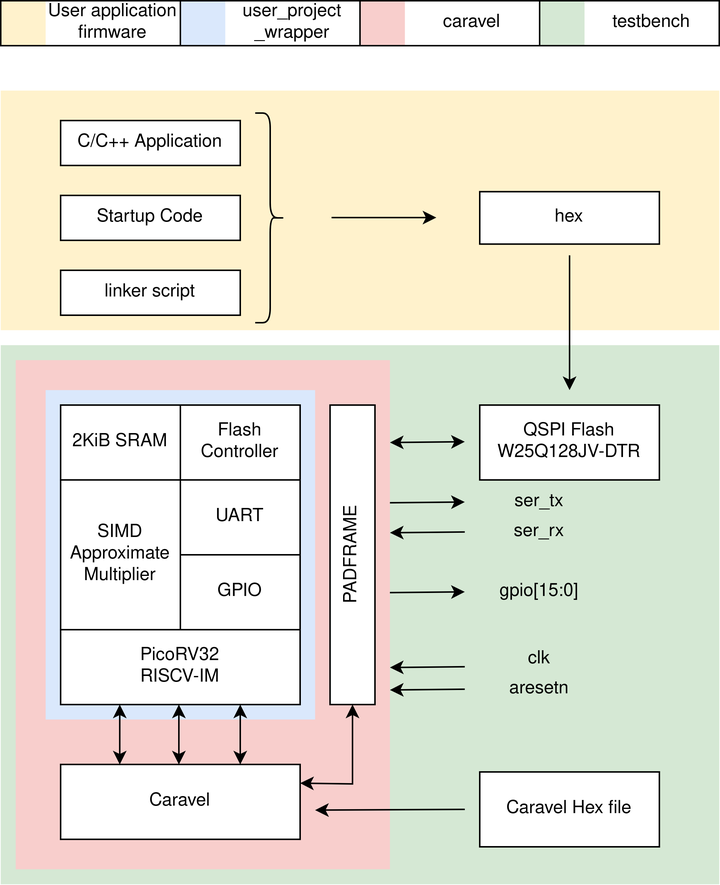
This is .figs/soc-simulation-w-caravel.png from LukeVassallo/picosoc-w-approximation, a draw.io export, as it was before one commit. Source tidied: cells renumbered, new cells last; positions are measured from the earlier drawing's top-left corner, leaving out a move shared by most shapes. Source of this version:
```xml
<mxGraphModel>
  <root>
    <mxCell id="0" />
    <mxCell id="1" parent="0" />
    <mxCell id="2" style="rounded=0;whiteSpace=wrap;html=1;fillColor=#dae8fc;strokeColor=none;" parent="1" vertex="1">
      <mxGeometry x="120" width="30" height="30" as="geometry" />
    </mxCell>
    <mxCell id="3" style="rounded=0;whiteSpace=wrap;html=1;fillColor=#f8cecc;strokeColor=none;" parent="1" vertex="1">
      <mxGeometry x="240" width="30" height="30" as="geometry" />
    </mxCell>
    <mxCell id="4" style="rounded=0;whiteSpace=wrap;html=1;fillColor=#d5e8d4;strokeColor=none;" parent="1" vertex="1">
      <mxGeometry x="360" width="30" height="30" as="geometry" />
    </mxCell>
    <mxCell id="5" style="rounded=0;whiteSpace=wrap;html=1;strokeColor=none;fillColor=#d5e8d4;" parent="1" vertex="1">
      <mxGeometry y="230" width="480" height="360" as="geometry" />
    </mxCell>
    <mxCell id="6" style="rounded=0;whiteSpace=wrap;html=1;strokeColor=none;fillColor=#f8cecc;" parent="1" vertex="1">
      <mxGeometry x="10" y="240" width="250" height="340" as="geometry" />
    </mxCell>
    <mxCell id="7" style="rounded=0;whiteSpace=wrap;html=1;strokeColor=none;fillColor=#dae8fc;" parent="1" vertex="1">
      <mxGeometry x="30" y="260" width="180" height="220" as="geometry" />
    </mxCell>
    <mxCell id="8" style="rounded=0;whiteSpace=wrap;html=1;strokeColor=none;fillColor=#fff2cc;" parent="1" vertex="1">
      <mxGeometry y="60" width="480" height="160" as="geometry" />
    </mxCell>
    <mxCell id="9" value="QSPI Flash &lt;br&gt;W25Q128JV-DTR" style="rounded=0;whiteSpace=wrap;html=1;" parent="1" vertex="1">
      <mxGeometry x="320" y="270" width="120" height="50" as="geometry" />
    </mxCell>
    <mxCell id="10" value="C/C++ Application" style="rounded=0;whiteSpace=wrap;html=1;" parent="1" vertex="1">
      <mxGeometry x="40" y="80" width="120" height="30" as="geometry" />
    </mxCell>
    <mxCell id="11" value="Startup Code " style="rounded=0;whiteSpace=wrap;html=1;" parent="1" vertex="1">
      <mxGeometry x="40" y="130" width="120" height="30" as="geometry" />
    </mxCell>
    <mxCell id="12" value="linker script" style="rounded=0;whiteSpace=wrap;html=1;" parent="1" vertex="1">
      <mxGeometry x="40" y="180" width="120" height="30" as="geometry" />
    </mxCell>
    <mxCell id="13" value="hex " style="rounded=0;whiteSpace=wrap;html=1;" parent="1" vertex="1">
      <mxGeometry x="320" y="127.5" width="120" height="35" as="geometry" />
    </mxCell>
    <mxCell id="14" style="rounded=0;whiteSpace=wrap;html=1;" parent="1" vertex="1">
      <mxGeometry x="40" y="270" width="160" height="200" as="geometry" />
    </mxCell>
    <mxCell id="15" value="2KiB SRAM" style="rounded=0;whiteSpace=wrap;html=1;" parent="1" vertex="1">
      <mxGeometry x="40" y="270" width="80" height="50" as="geometry" />
    </mxCell>
    <mxCell id="16" value="Flash Controller" style="rounded=0;whiteSpace=wrap;html=1;" parent="1" vertex="1">
      <mxGeometry x="120" y="270" width="80" height="50" as="geometry" />
    </mxCell>
    <mxCell id="17" value="UART" style="rounded=0;whiteSpace=wrap;html=1;" parent="1" vertex="1">
      <mxGeometry x="120" y="320" width="80" height="50" as="geometry" />
    </mxCell>
    <mxCell id="18" value="GPIO" style="rounded=0;whiteSpace=wrap;html=1;" parent="1" vertex="1">
      <mxGeometry x="120" y="370" width="80" height="50" as="geometry" />
    </mxCell>
    <mxCell id="19" value="SIMD Approximate Multiplier" style="rounded=0;whiteSpace=wrap;html=1;" parent="1" vertex="1">
      <mxGeometry x="40" y="320" width="80" height="100" as="geometry" />
    </mxCell>
    <mxCell id="20" value="PicoRV32&lt;br&gt;RISCV-IM" style="rounded=0;whiteSpace=wrap;html=1;" parent="1" vertex="1">
      <mxGeometry x="40" y="420" width="160" height="50" as="geometry" />
    </mxCell>
    <mxCell id="21" value="ser_tx" style="text;html=1;strokeColor=none;fillColor=none;align=center;verticalAlign=middle;whiteSpace=wrap;rounded=0;" parent="1" vertex="1">
      <mxGeometry x="320" y="325" width="80" height="20" as="geometry" />
    </mxCell>
    <mxCell id="22" value="ser_rx" style="text;html=1;strokeColor=none;fillColor=none;align=center;verticalAlign=middle;whiteSpace=wrap;rounded=0;" parent="1" vertex="1">
      <mxGeometry x="320" y="345" width="80" height="20" as="geometry" />
    </mxCell>
    <mxCell id="23" value="gpio[15:0]" style="text;html=1;strokeColor=none;fillColor=none;align=center;verticalAlign=middle;whiteSpace=wrap;rounded=0;" parent="1" vertex="1">
      <mxGeometry x="320" y="385" width="80" height="20" as="geometry" />
    </mxCell>
    <mxCell id="24" style="endArrow=classic;startArrow=classic;html=1;rounded=0;" parent="1" edge="1">
      <mxGeometry relative="1" as="geometry">
        <mxPoint x="260" y="295" as="sourcePoint" />
        <mxPoint x="310" y="294.5" as="targetPoint" />
      </mxGeometry>
    </mxCell>
    <mxCell id="25" value="aresetn" style="text;html=1;strokeColor=none;fillColor=none;align=center;verticalAlign=middle;whiteSpace=wrap;rounded=0;" parent="1" vertex="1">
      <mxGeometry x="320" y="450" width="80" height="20" as="geometry" />
    </mxCell>
    <mxCell id="26" value="clk" style="text;html=1;strokeColor=none;fillColor=none;align=center;verticalAlign=middle;whiteSpace=wrap;rounded=0;" parent="1" vertex="1">
      <mxGeometry x="320" y="430" width="80" height="20" as="geometry" />
    </mxCell>
    <mxCell id="27" style="shape=curlyBracket;whiteSpace=wrap;html=1;rounded=1;flipH=1;labelPosition=right;verticalLabelPosition=middle;align=left;verticalAlign=middle;" parent="1" vertex="1">
      <mxGeometry x="170" y="75" width="20" height="140" as="geometry" />
    </mxCell>
    <mxCell id="28" style="endArrow=classic;html=1;rounded=0;" parent="1" edge="1">
      <mxGeometry relative="1" as="geometry">
        <mxPoint x="221" y="144.8" as="sourcePoint" />
        <mxPoint x="291" y="144.8" as="targetPoint" />
      </mxGeometry>
    </mxCell>
    <mxCell id="29" style="endArrow=classic;html=1;rounded=0;" parent="1" edge="1">
      <mxGeometry relative="1" as="geometry">
        <mxPoint x="380" y="170" as="sourcePoint" />
        <mxPoint x="380" y="260" as="targetPoint" />
      </mxGeometry>
    </mxCell>
    <mxCell id="30" value="Caravel" style="rounded=0;whiteSpace=wrap;html=1;" parent="1" vertex="1">
      <mxGeometry x="40" y="510" width="160" height="50" as="geometry" />
    </mxCell>
    <mxCell id="31" style="endArrow=classic;startArrow=classic;html=1;rounded=0;" parent="1" edge="1">
      <mxGeometry relative="1" as="geometry">
        <mxPoint x="160" y="510" as="sourcePoint" />
        <mxPoint x="160" y="470" as="targetPoint" />
      </mxGeometry>
    </mxCell>
    <mxCell id="32" style="endArrow=classic;startArrow=classic;html=1;rounded=0;" parent="1" edge="1">
      <mxGeometry relative="1" as="geometry">
        <mxPoint x="79.5" y="510" as="sourcePoint" />
        <mxPoint x="79.5" y="470" as="targetPoint" />
      </mxGeometry>
    </mxCell>
    <mxCell id="33" style="endArrow=classic;startArrow=classic;html=1;rounded=0;" parent="1" edge="1">
      <mxGeometry relative="1" as="geometry">
        <mxPoint x="119" y="510" as="sourcePoint" />
        <mxPoint x="119" y="470" as="targetPoint" />
      </mxGeometry>
    </mxCell>
    <mxCell id="34" style="endArrow=classic;startArrow=classic;html=1;rounded=0;exitX=1;exitY=0.25;exitDx=0;exitDy=0;entryX=0;entryY=0.5;entryDx=0;entryDy=0;" parent="1" edge="1" source="30" target="35">
      <mxGeometry relative="1" as="geometry">
        <Array as="points">
          <mxPoint x="235" y="523" />
        </Array>
      </mxGeometry>
    </mxCell>
    <mxCell id="35" value="PADFRAME" style="rounded=0;whiteSpace=wrap;html=1;rotation=-90;" parent="1" vertex="1">
      <mxGeometry x="135" y="355" width="200" height="30" as="geometry" />
    </mxCell>
    <mxCell id="36" style="endArrow=classic;startArrow=none;html=1;rounded=0;startFill=0;" parent="1" edge="1">
      <mxGeometry relative="1" as="geometry">
        <mxPoint x="260" y="335.2" as="sourcePoint" />
        <mxPoint x="310" y="334.8" as="targetPoint" />
      </mxGeometry>
    </mxCell>
    <mxCell id="37" style="endArrow=none;startArrow=classic;html=1;rounded=0;endFill=0;" parent="1" edge="1">
      <mxGeometry relative="1" as="geometry">
        <mxPoint x="260" y="355.2" as="sourcePoint" />
        <mxPoint x="310" y="354.8" as="targetPoint" />
      </mxGeometry>
    </mxCell>
    <mxCell id="38" style="endArrow=classic;startArrow=none;html=1;rounded=0;startFill=0;" parent="1" edge="1">
      <mxGeometry relative="1" as="geometry">
        <mxPoint x="260" y="395.2" as="sourcePoint" />
        <mxPoint x="310" y="394.8" as="targetPoint" />
      </mxGeometry>
    </mxCell>
    <mxCell id="39" style="endArrow=none;startArrow=classic;html=1;rounded=0;endFill=0;" parent="1" edge="1">
      <mxGeometry relative="1" as="geometry">
        <mxPoint x="260" y="460.2" as="sourcePoint" />
        <mxPoint x="310" y="459.8" as="targetPoint" />
      </mxGeometry>
    </mxCell>
    <mxCell id="40" style="endArrow=none;startArrow=classic;html=1;rounded=0;endFill=0;" parent="1" edge="1">
      <mxGeometry relative="1" as="geometry">
        <mxPoint x="260" y="445.2" as="sourcePoint" />
        <mxPoint x="310" y="444.8" as="targetPoint" />
      </mxGeometry>
    </mxCell>
    <mxCell id="41" value="User application firmware" style="text;html=1;strokeColor=none;fillColor=none;align=center;verticalAlign=middle;whiteSpace=wrap;rounded=0;" parent="1" vertex="1">
      <mxGeometry x="30" width="90" height="30" as="geometry" />
    </mxCell>
    <mxCell id="42" style="rounded=0;whiteSpace=wrap;html=1;fillColor=#fff2cc;strokeColor=none;" parent="1" vertex="1">
      <mxGeometry width="30" height="30" as="geometry" />
    </mxCell>
    <mxCell id="43" style="rounded=0;whiteSpace=wrap;html=1;fillColor=none;" parent="1" vertex="1">
      <mxGeometry width="120" height="30" as="geometry" />
    </mxCell>
    <mxCell id="44" style="rounded=0;whiteSpace=wrap;html=1;fillColor=none;" parent="1" vertex="1">
      <mxGeometry x="120" width="120" height="30" as="geometry" />
    </mxCell>
    <mxCell id="45" style="rounded=0;whiteSpace=wrap;html=1;fillColor=none;" parent="1" vertex="1">
      <mxGeometry x="240" width="120" height="30" as="geometry" />
    </mxCell>
    <mxCell id="46" style="rounded=0;whiteSpace=wrap;html=1;fillColor=none;" parent="1" vertex="1">
      <mxGeometry x="360" width="120" height="30" as="geometry" />
    </mxCell>
    <mxCell id="47" value="user_project&lt;br&gt;_wrapper" style="text;html=1;strokeColor=none;fillColor=none;align=center;verticalAlign=middle;whiteSpace=wrap;rounded=0;" parent="1" vertex="1">
      <mxGeometry x="150" width="90" height="30" as="geometry" />
    </mxCell>
    <mxCell id="48" value="caravel" style="text;html=1;strokeColor=none;fillColor=none;align=center;verticalAlign=middle;whiteSpace=wrap;rounded=0;" parent="1" vertex="1">
      <mxGeometry x="270" width="90" height="30" as="geometry" />
    </mxCell>
    <mxCell id="49" value="testbench" style="text;html=1;strokeColor=none;fillColor=none;align=center;verticalAlign=middle;whiteSpace=wrap;rounded=0;" parent="1" vertex="1">
      <mxGeometry x="390" width="90" height="30" as="geometry" />
    </mxCell>
    <mxCell id="50" value="Caravel Hex file" style="rounded=0;whiteSpace=wrap;html=1;" parent="1" vertex="1">
      <mxGeometry x="320" y="515" width="120" height="50" as="geometry" />
    </mxCell>
    <mxCell id="51" style="endArrow=none;startArrow=classic;html=1;rounded=0;endFill=0;entryX=0;entryY=0.5;entryDx=0;entryDy=0;" parent="1" edge="1">
      <mxGeometry relative="1" as="geometry">
        <mxPoint x="210" y="540.5" as="sourcePoint" />
        <mxPoint x="310" y="540" as="targetPoint" />
      </mxGeometry>
    </mxCell>
  </root>
</mxGraphModel>
```
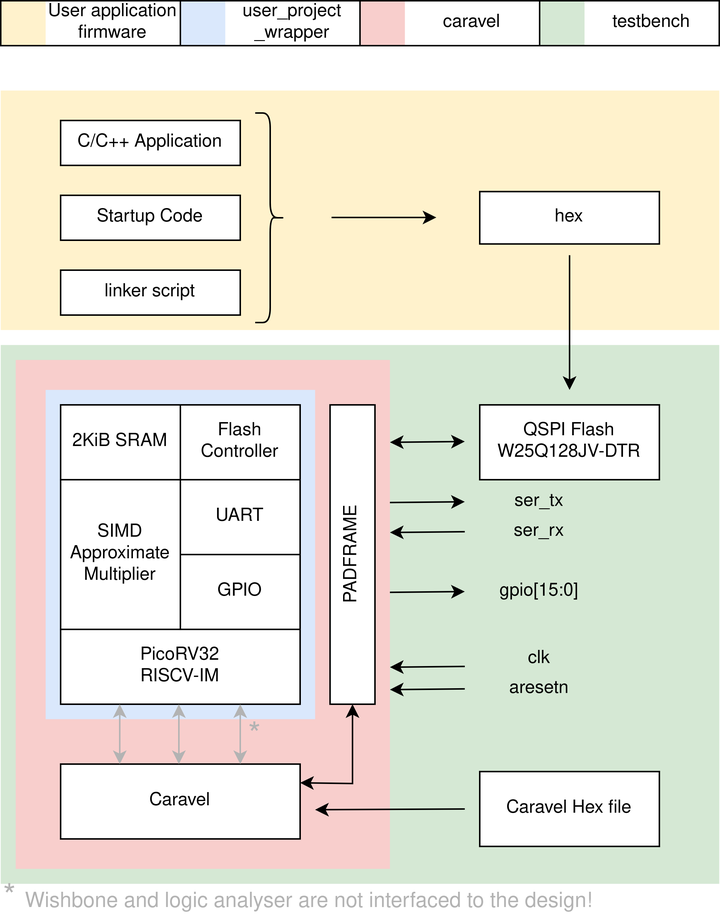
The same diagram one commit later.

Change to the diagram source:
```diff
@@ -98,19 +98,19 @@
     <mxCell id="30" value="Caravel" style="rounded=0;whiteSpace=wrap;html=1;" parent="1" vertex="1">
       <mxGeometry x="40" y="510" width="160" height="50" as="geometry" />
     </mxCell>
-    <mxCell id="31" style="endArrow=classic;startArrow=classic;html=1;rounded=0;" parent="1" edge="1">
+    <mxCell id="31" style="endArrow=classic;startArrow=classic;html=1;rounded=0;strokeColor=#B3B3B3;" parent="1" edge="1">
       <mxGeometry relative="1" as="geometry">
         <mxPoint x="160" y="510" as="sourcePoint" />
         <mxPoint x="160" y="470" as="targetPoint" />
       </mxGeometry>
     </mxCell>
-    <mxCell id="32" style="endArrow=classic;startArrow=classic;html=1;rounded=0;" parent="1" edge="1">
+    <mxCell id="32" style="endArrow=classic;startArrow=classic;html=1;rounded=0;strokeColor=#B3B3B3;" parent="1" edge="1">
       <mxGeometry relative="1" as="geometry">
         <mxPoint x="79.5" y="510" as="sourcePoint" />
         <mxPoint x="79.5" y="470" as="targetPoint" />
       </mxGeometry>
     </mxCell>
-    <mxCell id="33" style="endArrow=classic;startArrow=classic;html=1;rounded=0;" parent="1" edge="1">
+    <mxCell id="33" style="endArrow=classic;startArrow=classic;html=1;rounded=0;strokeColor=#B3B3B3;" parent="1" edge="1">
       <mxGeometry relative="1" as="geometry">
         <mxPoint x="119" y="510" as="sourcePoint" />
         <mxPoint x="119" y="470" as="targetPoint" />
@@ -192,5 +192,11 @@
         <mxPoint x="310" y="540" as="targetPoint" />
       </mxGeometry>
     </mxCell>
+    <mxCell id="52" value="*" style="text;html=1;strokeColor=none;fillColor=none;align=center;verticalAlign=middle;whiteSpace=wrap;rounded=0;fontColor=#B3B3B3;fontSize=22;" parent="1" vertex="1">
+      <mxGeometry x="140" y="477" width="60" height="30" as="geometry" />
+    </mxCell>
+    <mxCell id="53" value="* &lt;font style=&quot;font-size: 14px;&quot;&gt;Wishbone and logic analyser are not interfaced to the design! &lt;br&gt;&lt;/font&gt;" style="text;html=1;strokeColor=none;fillColor=none;align=left;verticalAlign=middle;whiteSpace=wrap;rounded=0;fontColor=#B3B3B3;fontSize=22;" parent="1" vertex="1">
+      <mxGeometry y="590" width="480" height="20" as="geometry" />
+    </mxCell>
   </root>
 </mxGraphModel>
```
